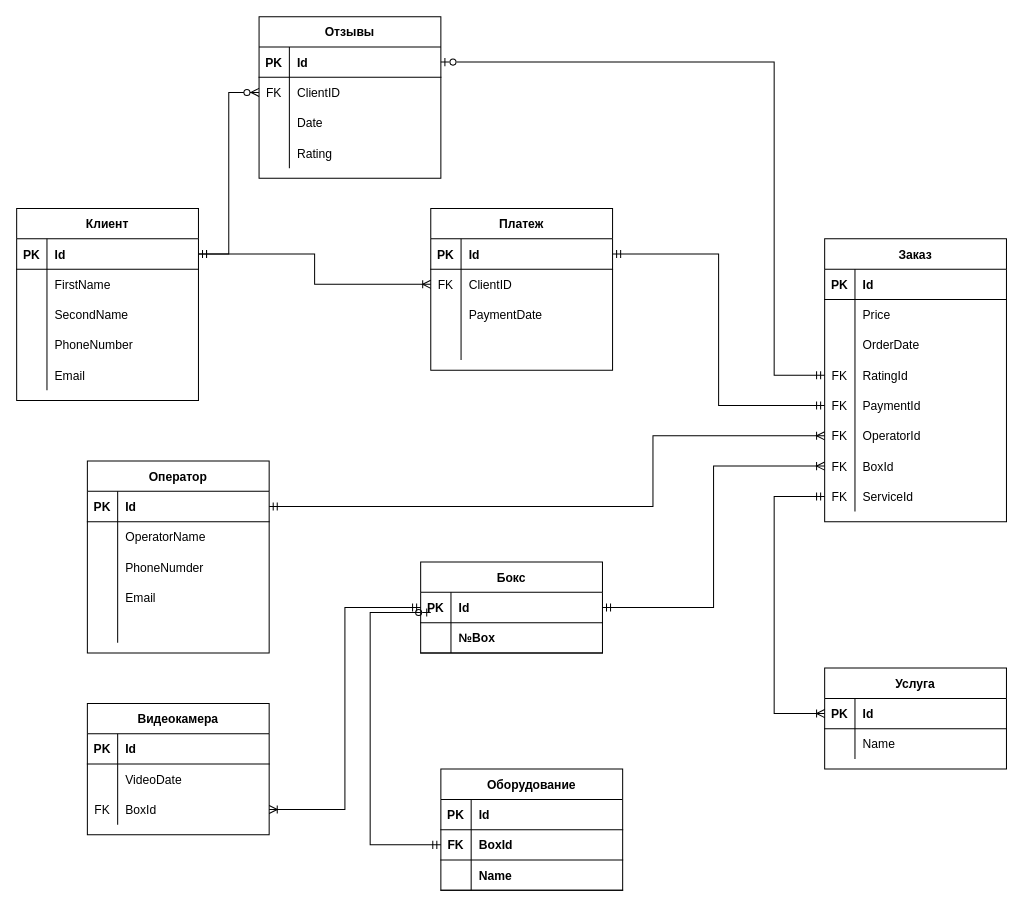
Before: page "ERD" (3 of 4) of Diagram_1.drawio in vitaliyepikhin/Automated-Car-Wash, a draw.io diagram. Source tidied: cells renumbered, new cells numbered last; positions are measured from the earlier drawing's top-left corner, leaving out a move shared by most shapes. Both pictures are drawn from the tidied source at 101%, with x=0, y=0 at pixel (16, 16).
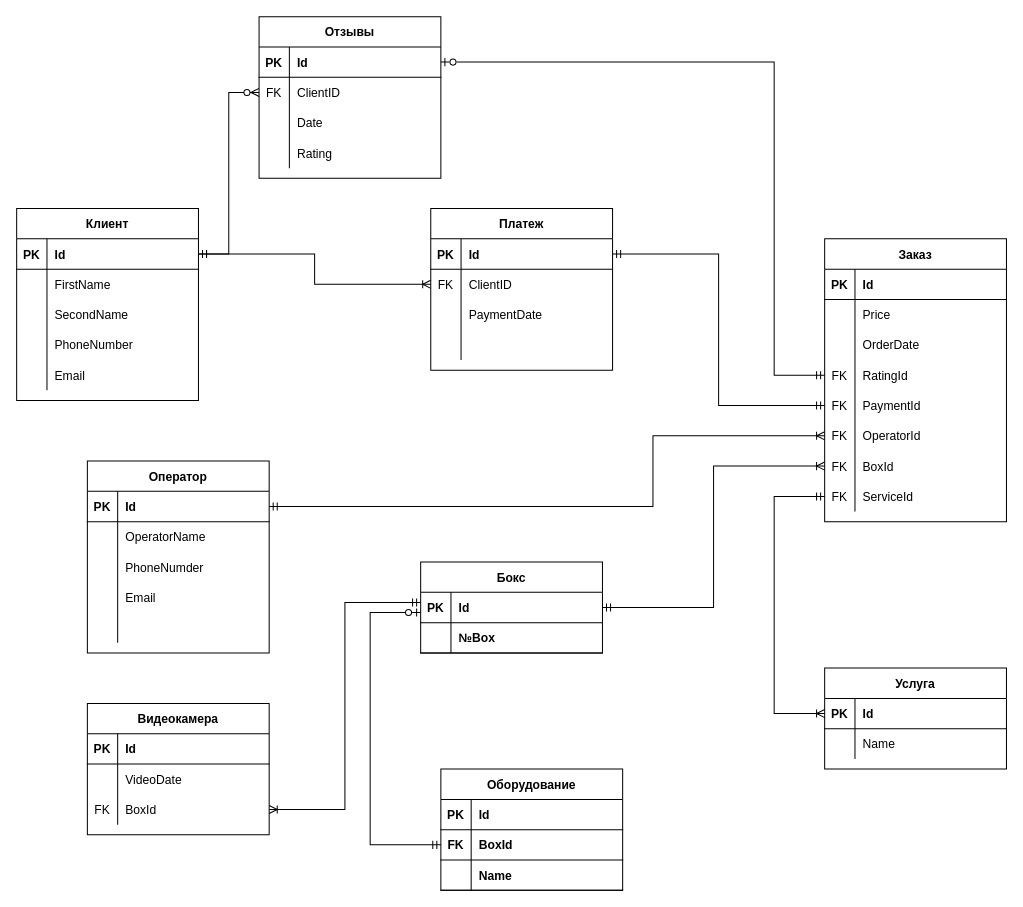
The same page after the edit.

Unchanged cells that the change refers to:
```xml
<mxCell id="86" style="shape=partialRectangle;fillColor=none;top=0;left=0;bottom=0;right=0;points=[[0,0.5],[1,0.5]];portConstraint=eastwest;" parent="79" vertex="1">
  <mxGeometry y="90" width="180" height="30" as="geometry" />
</mxCell>
<mxCell id="109" style="shape=partialRectangle;fillColor=none;top=0;left=0;bottom=1;right=0;points=[[0,0.5],[1,0.5]];portConstraint=eastwest;" parent="108" vertex="1">
  <mxGeometry y="30" width="180" height="30" as="geometry" />
</mxCell>
<mxCell id="121" style="shape=partialRectangle;fillColor=none;top=0;left=0;bottom=1;right=0;points=[[0,0.5],[1,0.5]];portConstraint=eastwest;" parent="117" vertex="1">
  <mxGeometry y="60" width="180" height="30" as="geometry" />
</mxCell>
```

What changed in the source:
```diff
@@
-    <mxCell id="116" style="edgeStyle=orthogonalEdgeStyle;rounded=0;jettySize=auto;html=1;entryX=0;entryY=0.5;entryDx=0;entryDy=0;startArrow=ERoneToMany;startFill=0;endArrow=ERmandOne;endFill=0;strokeColor=#000000;" parent="1" edge="1" source="86" target="109">
-      <mxGeometry relative="1" as="geometry" />
+    <mxCell id="116" style="edgeStyle=orthogonalEdgeStyle;rounded=0;jettySize=auto;html=1;startArrow=ERoneToMany;startFill=0;endArrow=ERmandOne;endFill=0;strokeColor=#000000;" parent="1" edge="1" source="86">
+      <mxGeometry relative="1" as="geometry">
+        <mxPoint x="400" y="580" as="targetPoint" />
+        <Array as="points">
+          <mxPoint x="325" y="785" />
+          <mxPoint x="325" y="580" />
+          <mxPoint x="400" y="580" />
+        </Array>
+      </mxGeometry>
     </mxCell>
@@
     <mxCell id="127" style="edgeStyle=orthogonalEdgeStyle;fontSize=12;html=1;endArrow=ERmandOne;startArrow=ERzeroToOne;rounded=0;startFill=0;endFill=0;fillColor=#f8cecc;strokeColor=#000000;entryX=0;entryY=0.5;entryDx=0;entryDy=0;" parent="1" edge="1" target="121">
       <mxGeometry relative="1" as="geometry">
-        <mxPoint x="410" y="590" as="sourcePoint" />
+        <mxPoint x="400" y="590" as="sourcePoint" />
         <Array as="points">
-          <mxPoint x="400" y="590" />
           <mxPoint x="350" y="590" />
           <mxPoint x="350" y="820" />
         </Array>
       </mxGeometry>
     </mxCell>
```
